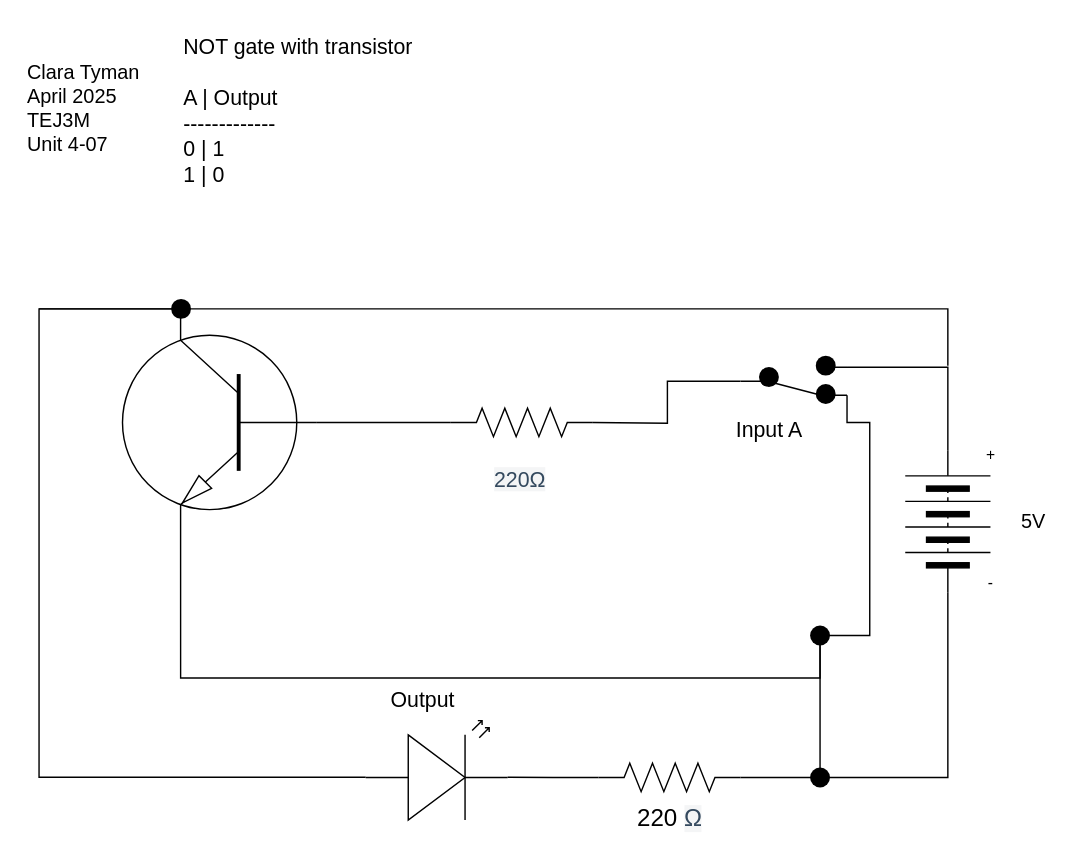
Earlier version of the draw.io diagram unit4-07/unit-4-07.drawio (clara-tyman2/TEJ3M---Unit-4). Source tidied: cells renumbered, new cells numbered last; positions are measured from the earlier drawing's top-left corner, leaving out a move shared by most shapes. Both pictures are drawn from the tidied source at 142%, with x=0, y=0 at pixel (24, 24).
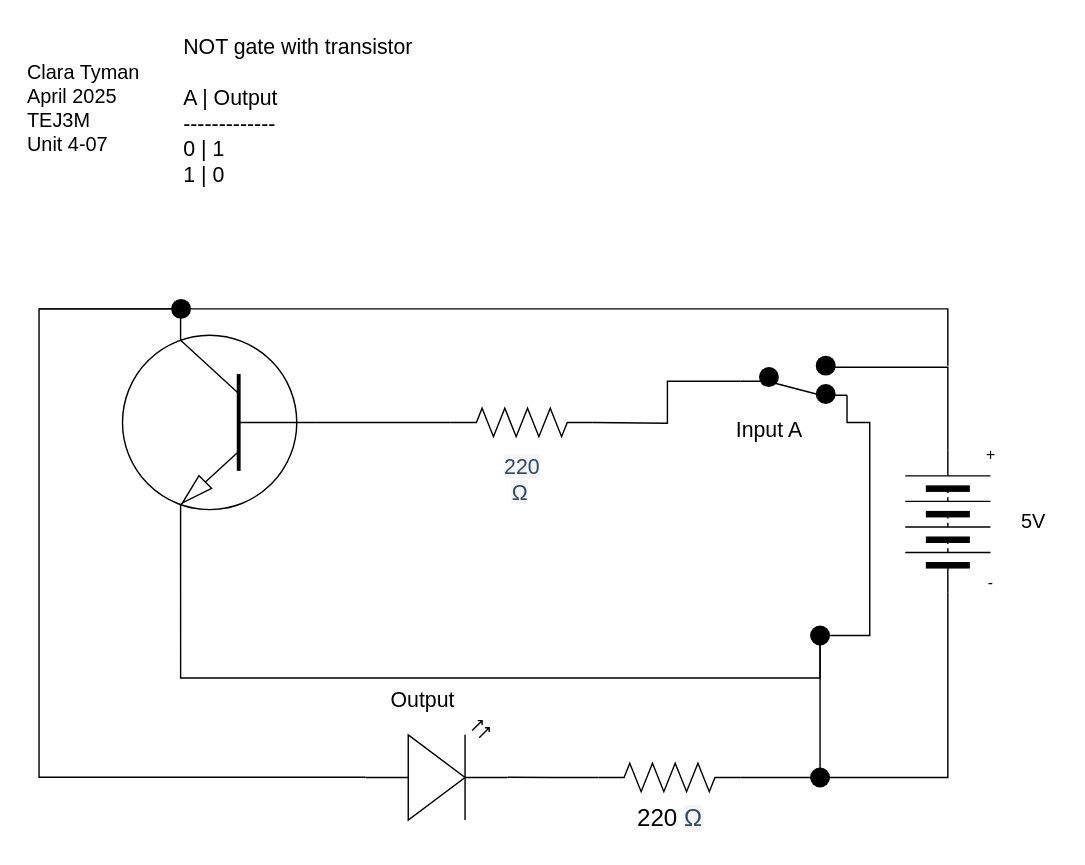
Above is the later version.

The edit, as a diff of the source:
```diff
@@
-    <mxCell id="28" value="&lt;span style=&quot;color: rgb(52, 73, 94); font-family: ArtifaktElement-Medium, sans-serif; font-size: 15px; text-align: left; text-wrap-mode: wrap; background-color: rgb(244, 245, 246);&quot;&gt;220Ω&lt;/span&gt;&amp;nbsp;" style="text;html=1;align=center;verticalAlign=middle;strokeColor=none;fillColor=none;fontFamily=Helvetica;fontSize=11;fontColor=default;labelBackgroundColor=default;" parent="1" vertex="1">
-      <mxGeometry x="320" y="305" width="60" height="30" as="geometry" />
+    <mxCell id="28" value="&lt;span style=&quot;color: rgb(52, 73, 94); font-family: ArtifaktElement-Medium, sans-serif; font-size: 15px; text-align: left; text-wrap-mode: wrap; background-color: rgb(244, 245, 246);&quot;&gt;220 Ω&lt;/span&gt;&amp;nbsp;" style="text;html=1;align=center;verticalAlign=middle;strokeColor=none;fillColor=none;fontFamily=Helvetica;fontSize=11;fontColor=default;labelBackgroundColor=default;" parent="1" vertex="1">
+      <mxGeometry x="315" y="305" width="70" height="30" as="geometry" />
     </mxCell>
```
